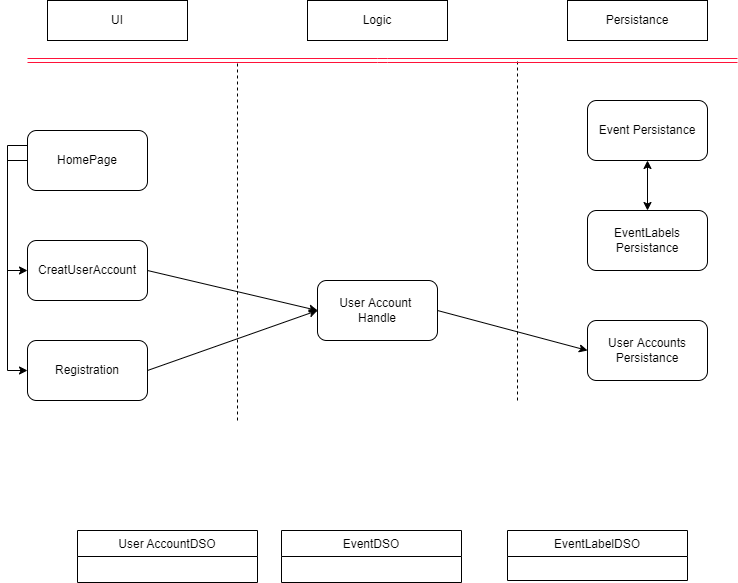
CodeEatSleepRepeatPY/Time-Since keeps this draw.io diagram as docs/Architecture_Iteration1.png. Above is the earlier version. Source tidied: cells renumbered, new cells last; positions are measured from the earlier drawing's top-left corner, leaving out a move shared by most shapes.
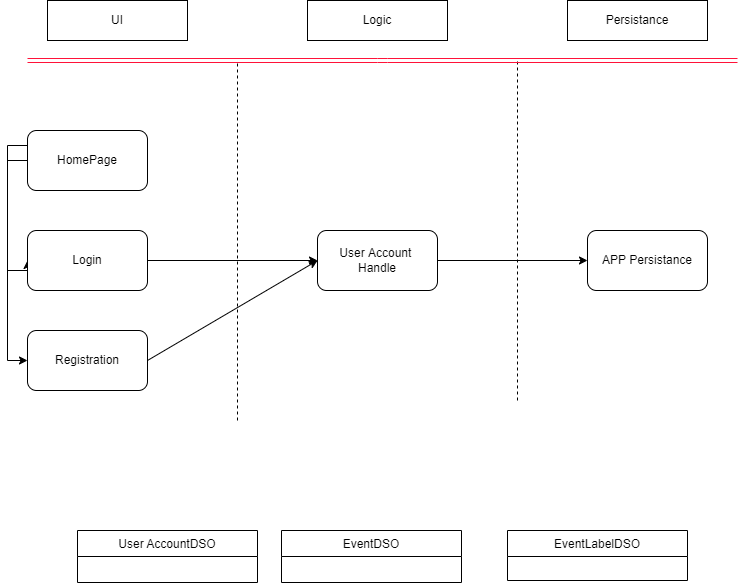
The same file after the commit.

Commit message:
Fix architecture diagram

The edit, as a diff of the source:
```diff
@@ -17,13 +17,11 @@
         </Array>
       </mxGeometry>
     </mxCell>
-    <mxCell id="4" style="edgeStyle=none;jettySize=auto;html=1;entryX=0;entryY=0.5;entryDx=0;entryDy=0;" parent="1" edge="1" target="12">
-      <mxGeometry relative="1" as="geometry">
-        <mxPoint x="430" y="310" as="sourcePoint" />
-      </mxGeometry>
+    <mxCell id="4" style="edgeStyle=none;jettySize=auto;html=1;entryX=0;entryY=0.5;entryDx=0;entryDy=0;" parent="1" edge="1" source="5" target="12">
+      <mxGeometry relative="1" as="geometry" />
     </mxCell>
     <mxCell id="5" value="User Account &lt;br&gt;Handle" style="rounded=1;whiteSpace=wrap;html=1;" parent="1" vertex="1">
-      <mxGeometry x="310" y="280" width="120" height="60" as="geometry" />
+      <mxGeometry x="310" y="230" width="120" height="60" as="geometry" />
     </mxCell>
     <mxCell id="6" style="edgeStyle=none;jettySize=auto;html=1;exitX=1;exitY=0.5;exitDx=0;exitDy=0;entryX=0;entryY=0.5;entryDx=0;entryDy=0;" parent="1" edge="1" source="23" target="5">
       <mxGeometry relative="1" as="geometry" />
@@ -42,14 +40,8 @@
     <mxCell id="9" value="HomePage" style="rounded=1;whiteSpace=wrap;html=1;" parent="1" vertex="1">
       <mxGeometry x="20" y="130" width="120" height="60" as="geometry" />
     </mxCell>
-    <mxCell id="10" style="edgeStyle=none;jettySize=auto;html=1;exitX=0.5;exitY=1;exitDx=0;exitDy=0;entryX=0.5;entryY=0;entryDx=0;entryDy=0;startArrow=classic;" parent="1" edge="1" source="11" target="18">
-      <mxGeometry relative="1" as="geometry" />
-    </mxCell>
-    <mxCell id="11" value="Event Persistance" style="rounded=1;whiteSpace=wrap;html=1;" parent="1" vertex="1">
-      <mxGeometry x="580" y="100" width="120" height="60" as="geometry" />
-    </mxCell>
-    <mxCell id="12" value="User Accounts Persistance" style="rounded=1;whiteSpace=wrap;html=1;" parent="1" vertex="1">
-      <mxGeometry x="580" y="320" width="120" height="60" as="geometry" />
+    <mxCell id="12" value="APP Persistance" style="rounded=1;whiteSpace=wrap;html=1;" parent="1" vertex="1">
+      <mxGeometry x="580" y="230" width="120" height="60" as="geometry" />
     </mxCell>
     <mxCell id="13" value="UI" style="rounded=0;whiteSpace=wrap;html=1;" parent="1" vertex="1">
       <mxGeometry x="40" width="140" height="40" as="geometry" />
@@ -70,14 +62,12 @@
         </Array>
       </mxGeometry>
     </mxCell>
-    <mxCell id="17" style="edgeStyle=orthogonalEdgeStyle;rounded=0;jettySize=auto;html=1;entryX=0.5;entryY=1;entryDx=0;entryDy=0;strokeColor=#000000;" parent="1" edge="1" target="11">
+    <mxCell id="17" style="edgeStyle=orthogonalEdgeStyle;rounded=0;orthogonalLoop=1;jettySize=auto;html=1;entryX=0.5;entryY=1;entryDx=0;entryDy=0;strokeColor=#000000;" parent="1" edge="1">
       <mxGeometry relative="1" as="geometry">
         <mxPoint x="640" y="160" as="sourcePoint" />
+        <mxPoint x="640" y="160" as="targetPoint" />
       </mxGeometry>
     </mxCell>
-    <mxCell id="18" value="EventLabels Persistance" style="rounded=1;whiteSpace=wrap;html=1;" parent="1" vertex="1">
-      <mxGeometry x="580" y="210" width="120" height="60" as="geometry" />
-    </mxCell>
     <mxCell id="19" value="User AccountDSO" style="swimlane;fontStyle=0;horizontal=1;startSize=26;" parent="1" vertex="1">
       <mxGeometry x="70" y="530" width="180" height="52" as="geometry" />
     </mxCell>
@@ -87,16 +77,14 @@
     <mxCell id="21" value="EventLabelDSO" style="swimlane;fontStyle=0;horizontal=1;startSize=26;" parent="1" vertex="1">
       <mxGeometry x="500" y="530" width="180" height="50" as="geometry" />
     </mxCell>
-    <mxCell id="22" value="CreatUserAccount" style="rounded=1;whiteSpace=wrap;html=1;" parent="1" vertex="1">
-      <mxGeometry x="20" y="240" width="120" height="60" as="geometry" />
+    <mxCell id="22" value="Login" style="rounded=1;whiteSpace=wrap;html=1;" parent="1" vertex="1">
+      <mxGeometry x="20" y="230" width="120" height="60" as="geometry" />
     </mxCell>
     <mxCell id="23" value="Registration" style="rounded=1;whiteSpace=wrap;html=1;" parent="1" vertex="1">
-      <mxGeometry x="20" y="340" width="120" height="60" as="geometry" />
+      <mxGeometry x="20" y="330" width="120" height="60" as="geometry" />
     </mxCell>
-    <mxCell id="24" style="endArrow=classic;html=1;rounded=0;exitX=1;exitY=0.5;exitDx=0;exitDy=0;" parent="1" edge="1" source="22">
-      <mxGeometry relative="1" as="geometry">
-        <mxPoint x="310" y="310" as="targetPoint" />
-      </mxGeometry>
+    <mxCell id="24" style="endArrow=classic;html=1;rounded=0;exitX=1;exitY=0.5;exitDx=0;exitDy=0;entryX=0;entryY=0.5;entryDx=0;entryDy=0;" parent="1" edge="1" source="22" target="5">
+      <mxGeometry relative="1" as="geometry" />
     </mxCell>
   </root>
 </mxGraphModel>
```
